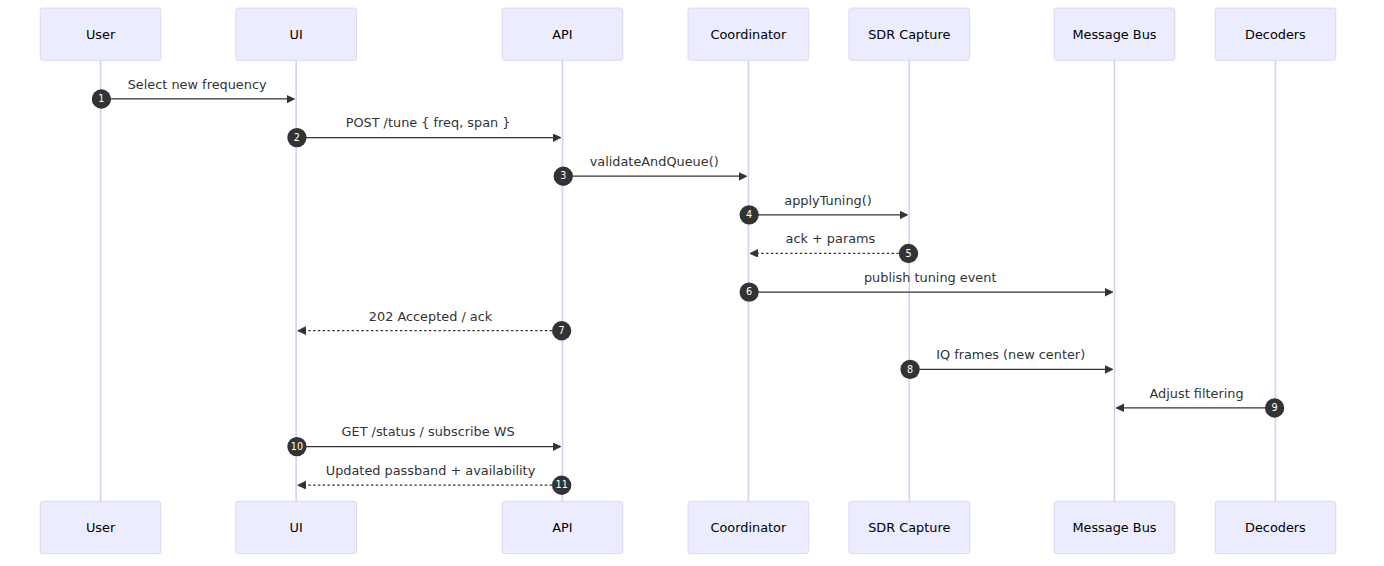
Before: documentation/diagrams/img_output/sequence_sdr_tuning.png, a diagram exported from Mermaid (bwharris1125/WaveTap_SDR). Its source is kept beside it as documentation/diagrams/sequence_sdr_tuning.mmd. Its diagram source:
```mermaid
sequenceDiagram
autonumber
participant User
participant UI
participant API
participant Arbiter as Coordinator
participant Capture as SDR Capture
participant Bus as Message Bus
User->>UI: Select new frequency
UI->>API: POST /tune { freq, span }
API->>Arbiter: validateAndQueue()
Arbiter->>Capture: applyTuning()
Capture-->>Arbiter: ack + params
Arbiter->>Bus: publish tuning event
API-->>UI: 202 Accepted / ack
Capture->>Bus: IQ frames (new center)
Decoders->>Bus: Adjust filtering
UI->>API: GET /status / subscribe WS
API-->>UI: Updated passband + availability
```
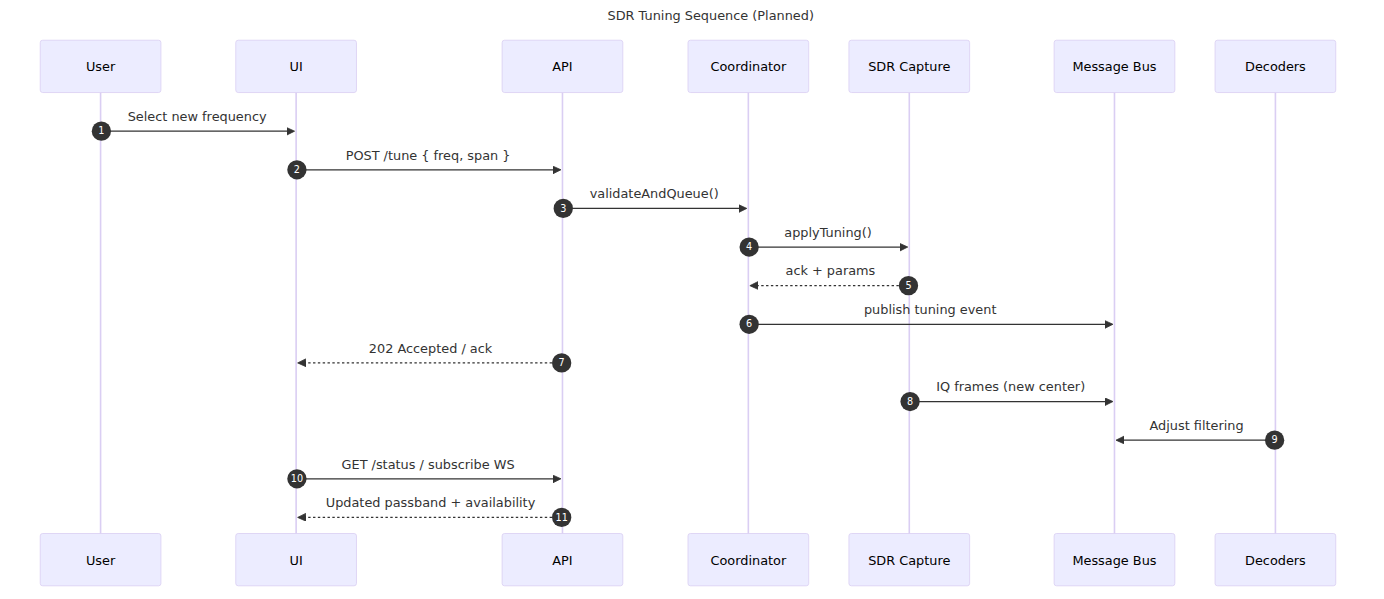
After the change.

Change to the diagram source:
```diff
@@ -1,4 +1,6 @@
 sequenceDiagram
+title SDR Tuning Sequence (Planned)
+
 autonumber
 participant User
 participant UI
```
